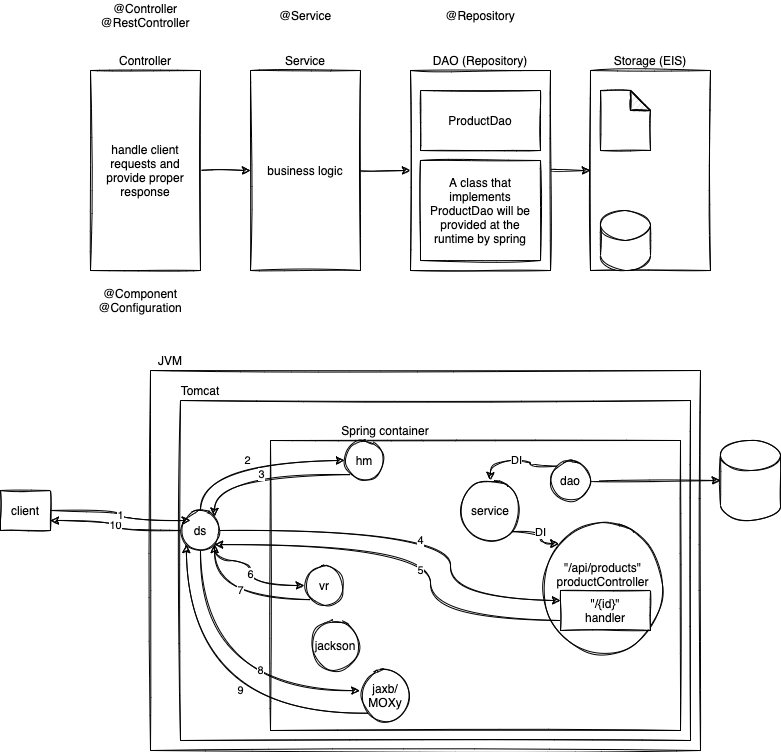
Above: images/concepts14.dio.png in kayartaya-vinod/2021-SEP-TARGET-2 (draw.io), before the change. Source tidied: cells renumbered, new cells last; positions are measured from the earlier drawing's top-left corner, leaving out a move shared by most shapes.
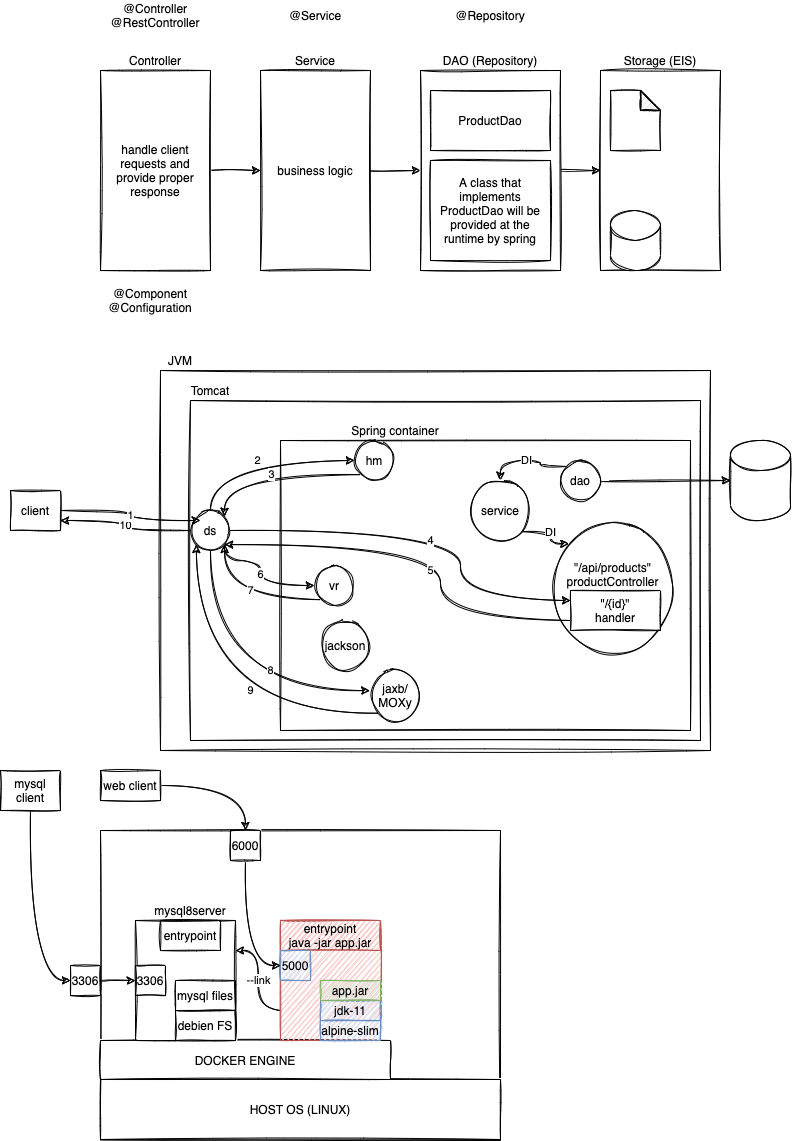
The same file after the commit.

Diff of the diagram source:
```diff
@@ -8,13 +8,13 @@
     <mxCell id="3" value="Storage (EIS)" style="text;html=1;strokeColor=none;fillColor=none;align=center;verticalAlign=middle;whiteSpace=wrap;rounded=0;sketch=1;" parent="1" vertex="1">
       <mxGeometry x="590" y="50" width="120" height="20" as="geometry" />
     </mxCell>
-    <mxCell id="4" style="shape=note;whiteSpace=wrap;html=1;backgroundOutline=1;darkOpacity=0.05;sketch=1;size=20;" parent="1" vertex="1">
+    <mxCell id="4" style="shape=note;whiteSpace=wrap;html=1;backgroundOutline=1;darkOpacity=0.05;size=20;sketch=1;" parent="1" vertex="1">
       <mxGeometry x="600" y="90" width="50" height="60" as="geometry" />
     </mxCell>
     <mxCell id="5" style="shape=cylinder3;whiteSpace=wrap;html=1;boundedLbl=1;backgroundOutline=1;size=15;sketch=1;" parent="1" vertex="1">
       <mxGeometry x="600" y="210" width="50" height="60" as="geometry" />
     </mxCell>
-    <mxCell id="6" style="edgeStyle=orthogonalEdgeStyle;curved=1;rounded=0;sketch=1;jettySize=auto;html=1;exitX=1;exitY=0.5;exitDx=0;exitDy=0;" parent="1" edge="1" source="7" target="2">
+    <mxCell id="6" style="edgeStyle=orthogonalEdgeStyle;rounded=0;jettySize=auto;html=1;exitX=1;exitY=0.5;exitDx=0;exitDy=0;sketch=1;curved=1;" parent="1" edge="1" source="7" target="2">
       <mxGeometry relative="1" as="geometry" />
     </mxCell>
     <mxCell id="7" style="rounded=0;whiteSpace=wrap;html=1;sketch=1;" parent="1" vertex="1">
@@ -29,13 +29,13 @@
     <mxCell id="10" value="A class that implements ProductDao will be provided at the runtime by spring" style="rounded=0;whiteSpace=wrap;html=1;sketch=1;" parent="1" vertex="1">
       <mxGeometry x="420" y="160" width="120" height="100" as="geometry" />
     </mxCell>
-    <mxCell id="11" style="edgeStyle=orthogonalEdgeStyle;curved=1;rounded=0;sketch=1;jettySize=auto;html=1;exitX=1;exitY=0.5;exitDx=0;exitDy=0;" parent="1" edge="1" source="12" target="14">
+    <mxCell id="11" style="edgeStyle=orthogonalEdgeStyle;rounded=0;jettySize=auto;html=1;exitX=1;exitY=0.5;exitDx=0;exitDy=0;sketch=1;curved=1;" parent="1" edge="1" source="12" target="14">
       <mxGeometry relative="1" as="geometry" />
     </mxCell>
     <mxCell id="12" value="handle client requests and provide proper response" style="rounded=0;whiteSpace=wrap;html=1;sketch=1;" parent="1" vertex="1">
       <mxGeometry x="90" y="70" width="110" height="200" as="geometry" />
     </mxCell>
-    <mxCell id="13" style="edgeStyle=orthogonalEdgeStyle;curved=1;rounded=0;sketch=1;jettySize=auto;html=1;exitX=1;exitY=0.5;exitDx=0;exitDy=0;entryX=0;entryY=0.5;entryDx=0;entryDy=0;" parent="1" edge="1" source="14" target="7">
+    <mxCell id="13" style="edgeStyle=orthogonalEdgeStyle;rounded=0;jettySize=auto;html=1;exitX=1;exitY=0.5;exitDx=0;exitDy=0;entryX=0;entryY=0.5;entryDx=0;entryDy=0;sketch=1;curved=1;" parent="1" edge="1" source="14" target="7">
       <mxGeometry relative="1" as="geometry" />
     </mxCell>
     <mxCell id="14" value="business logic" style="rounded=0;whiteSpace=wrap;html=1;sketch=1;" parent="1" vertex="1">
@@ -77,10 +77,10 @@
     <mxCell id="26" value="Spring container" style="text;html=1;strokeColor=none;fillColor=none;align=center;verticalAlign=middle;whiteSpace=wrap;rounded=0;sketch=1;" parent="1" vertex="1">
       <mxGeometry x="340" y="420" width="90" height="20" as="geometry" />
     </mxCell>
-    <mxCell id="27" value="2" style="edgeStyle=orthogonalEdgeStyle;curved=1;rounded=0;sketch=1;jettySize=auto;html=1;exitX=0.5;exitY=0;exitDx=0;exitDy=0;entryX=0;entryY=0.5;entryDx=0;entryDy=0;" parent="1" edge="1" source="31" target="35">
+    <mxCell id="27" value="2" style="edgeStyle=orthogonalEdgeStyle;rounded=0;jettySize=auto;html=1;exitX=0.5;exitY=0;exitDx=0;exitDy=0;entryX=0;entryY=0.5;entryDx=0;entryDy=0;sketch=1;curved=1;" parent="1" edge="1" source="31" target="35">
       <mxGeometry relative="1" as="geometry" />
     </mxCell>
-    <mxCell id="28" value="6" style="edgeStyle=orthogonalEdgeStyle;curved=1;rounded=0;sketch=1;jettySize=auto;html=1;exitX=1;exitY=1;exitDx=0;exitDy=0;entryX=0;entryY=0.5;entryDx=0;entryDy=0;" parent="1" edge="1" source="31" target="47">
+    <mxCell id="28" value="6" style="edgeStyle=orthogonalEdgeStyle;rounded=0;jettySize=auto;html=1;exitX=1;exitY=1;exitDx=0;exitDy=0;entryX=0;entryY=0.5;entryDx=0;entryDy=0;sketch=1;curved=1;" parent="1" edge="1" source="31" target="47">
       <mxGeometry relative="1" as="geometry">
         <Array as="points">
           <mxPoint x="214" y="560" />
@@ -89,16 +89,16 @@
         </Array>
       </mxGeometry>
     </mxCell>
-    <mxCell id="29" value="8" style="edgeStyle=orthogonalEdgeStyle;curved=1;rounded=0;sketch=1;jettySize=auto;html=1;exitX=0.5;exitY=1;exitDx=0;exitDy=0;entryX=-0.015;entryY=0.402;entryDx=0;entryDy=0;entryPerimeter=0;" parent="1" edge="1" source="31" target="50">
+    <mxCell id="29" value="8" style="edgeStyle=orthogonalEdgeStyle;rounded=0;jettySize=auto;html=1;exitX=0.5;exitY=1;exitDx=0;exitDy=0;entryX=-0.015;entryY=0.402;entryDx=0;entryDy=0;entryPerimeter=0;sketch=1;curved=1;" parent="1" edge="1" source="31" target="50">
       <mxGeometry x="0.34" y="20" relative="1" as="geometry" />
     </mxCell>
-    <mxCell id="30" value="10" style="edgeStyle=orthogonalEdgeStyle;curved=1;rounded=0;sketch=1;jettySize=auto;html=1;exitX=0;exitY=0.5;exitDx=0;exitDy=0;entryX=1;entryY=0.75;entryDx=0;entryDy=0;" parent="1" edge="1" source="31" target="33">
+    <mxCell id="30" value="10" style="edgeStyle=orthogonalEdgeStyle;rounded=0;jettySize=auto;html=1;exitX=0;exitY=0.5;exitDx=0;exitDy=0;entryX=1;entryY=0.75;entryDx=0;entryDy=0;sketch=1;curved=1;" parent="1" edge="1" source="31" target="33">
       <mxGeometry relative="1" as="geometry" />
     </mxCell>
     <mxCell id="31" value="ds" style="ellipse;whiteSpace=wrap;html=1;sketch=1;" parent="1" vertex="1">
       <mxGeometry x="180" y="510" width="40" height="40" as="geometry" />
     </mxCell>
-    <mxCell id="32" value="1" style="edgeStyle=orthogonalEdgeStyle;curved=1;rounded=0;sketch=1;jettySize=auto;html=1;exitX=1;exitY=0.5;exitDx=0;exitDy=0;" parent="1" edge="1" source="33">
+    <mxCell id="32" value="1" style="edgeStyle=orthogonalEdgeStyle;rounded=0;jettySize=auto;html=1;exitX=1;exitY=0.5;exitDx=0;exitDy=0;sketch=1;curved=1;" parent="1" edge="1" source="33">
       <mxGeometry relative="1" as="geometry">
         <mxPoint x="190" y="520" as="targetPoint" />
       </mxGeometry>
@@ -106,22 +106,22 @@
     <mxCell id="33" value="client" style="rounded=0;whiteSpace=wrap;html=1;sketch=1;" parent="1" vertex="1">
       <mxGeometry y="490" width="50" height="40" as="geometry" />
     </mxCell>
-    <mxCell id="34" value="3" style="edgeStyle=orthogonalEdgeStyle;curved=1;rounded=0;sketch=1;jettySize=auto;html=1;exitX=0;exitY=1;exitDx=0;exitDy=0;entryX=1;entryY=0;entryDx=0;entryDy=0;" parent="1" edge="1" source="35" target="31">
+    <mxCell id="34" value="3" style="edgeStyle=orthogonalEdgeStyle;rounded=0;jettySize=auto;html=1;exitX=0;exitY=1;exitDx=0;exitDy=0;entryX=1;entryY=0;entryDx=0;entryDy=0;sketch=1;curved=1;" parent="1" edge="1" source="35" target="31">
       <mxGeometry relative="1" as="geometry" />
     </mxCell>
     <mxCell id="35" value="hm" style="ellipse;whiteSpace=wrap;html=1;sketch=1;" parent="1" vertex="1">
       <mxGeometry x="344" y="440" width="40" height="40" as="geometry" />
     </mxCell>
-    <mxCell id="36" style="edgeStyle=orthogonalEdgeStyle;curved=1;rounded=0;sketch=1;jettySize=auto;html=1;exitX=1;exitY=0.5;exitDx=0;exitDy=0;entryX=0;entryY=0.5;entryDx=0;entryDy=0;entryPerimeter=0;" parent="1" edge="1" source="38" target="41">
+    <mxCell id="36" style="edgeStyle=orthogonalEdgeStyle;rounded=0;jettySize=auto;html=1;exitX=1;exitY=0.5;exitDx=0;exitDy=0;entryX=0;entryY=0.5;entryDx=0;entryDy=0;entryPerimeter=0;sketch=1;curved=1;" parent="1" edge="1" source="38" target="41">
       <mxGeometry relative="1" as="geometry" />
     </mxCell>
-    <mxCell id="37" value="DI" style="edgeStyle=orthogonalEdgeStyle;curved=1;rounded=0;sketch=1;jettySize=auto;html=1;exitX=0;exitY=0;exitDx=0;exitDy=0;entryX=0.5;entryY=0;entryDx=0;entryDy=0;" parent="1" edge="1" source="38" target="40">
+    <mxCell id="37" value="DI" style="edgeStyle=orthogonalEdgeStyle;rounded=0;jettySize=auto;html=1;exitX=0;exitY=0;exitDx=0;exitDy=0;entryX=0.5;entryY=0;entryDx=0;entryDy=0;sketch=1;curved=1;" parent="1" edge="1" source="38" target="40">
       <mxGeometry relative="1" as="geometry" />
     </mxCell>
     <mxCell id="38" value="dao" style="ellipse;whiteSpace=wrap;html=1;sketch=1;" parent="1" vertex="1">
       <mxGeometry x="550" y="460" width="40" height="40" as="geometry" />
     </mxCell>
-    <mxCell id="39" value="DI" style="edgeStyle=orthogonalEdgeStyle;curved=1;rounded=0;sketch=1;jettySize=auto;html=1;exitX=1;exitY=1;exitDx=0;exitDy=0;entryX=0;entryY=0;entryDx=0;entryDy=0;" parent="1" edge="1" source="40" target="42">
+    <mxCell id="39" value="DI" style="edgeStyle=orthogonalEdgeStyle;rounded=0;jettySize=auto;html=1;exitX=1;exitY=1;exitDx=0;exitDy=0;entryX=0;entryY=0;entryDx=0;entryDy=0;sketch=1;curved=1;" parent="1" edge="1" source="40" target="42">
       <mxGeometry relative="1" as="geometry" />
     </mxCell>
     <mxCell id="40" value="service" style="ellipse;whiteSpace=wrap;html=1;sketch=1;" parent="1" vertex="1">
@@ -133,7 +133,7 @@
     <mxCell id="42" value="&quot;/api/products&quot;&lt;br&gt;productController&lt;br&gt;&lt;br&gt;&lt;br&gt;" style="ellipse;whiteSpace=wrap;html=1;sketch=1;" parent="1" vertex="1">
       <mxGeometry x="540" y="525" width="125" height="125" as="geometry" />
     </mxCell>
-    <mxCell id="43" value="5" style="edgeStyle=orthogonalEdgeStyle;curved=1;rounded=0;sketch=1;jettySize=auto;html=1;exitX=0;exitY=0.75;exitDx=0;exitDy=0;entryX=1;entryY=1;entryDx=0;entryDy=0;" parent="1" edge="1" source="44" target="31">
+    <mxCell id="43" value="5" style="edgeStyle=orthogonalEdgeStyle;rounded=0;jettySize=auto;html=1;exitX=0;exitY=0.75;exitDx=0;exitDy=0;entryX=1;entryY=1;entryDx=0;entryDy=0;sketch=1;curved=1;" parent="1" edge="1" source="44" target="31">
       <mxGeometry x="-0.15" y="10" relative="1" as="geometry">
         <Array as="points">
           <mxPoint x="430" y="620" />
@@ -144,7 +144,7 @@
     <mxCell id="44" value="&quot;/{id}&quot;&lt;br&gt;handler" style="rounded=0;whiteSpace=wrap;html=1;sketch=1;" parent="1" vertex="1">
       <mxGeometry x="560" y="590" width="90" height="40" as="geometry" />
     </mxCell>
-    <mxCell id="45" value="4" style="edgeStyle=orthogonalEdgeStyle;curved=1;rounded=0;sketch=1;jettySize=auto;html=1;exitX=1;exitY=0.5;exitDx=0;exitDy=0;entryX=0;entryY=0.25;entryDx=0;entryDy=0;" parent="1" edge="1" source="31" target="44">
+    <mxCell id="45" value="4" style="edgeStyle=orthogonalEdgeStyle;rounded=0;jettySize=auto;html=1;exitX=1;exitY=0.5;exitDx=0;exitDy=0;entryX=0;entryY=0.25;entryDx=0;entryDy=0;sketch=1;curved=1;" parent="1" edge="1" source="31" target="44">
       <mxGeometry x="-0.02" y="-10" relative="1" as="geometry">
         <Array as="points">
           <mxPoint x="450" y="530" />
@@ -152,13 +152,13 @@
         </Array>
       </mxGeometry>
     </mxCell>
-    <mxCell id="46" value="7" style="edgeStyle=orthogonalEdgeStyle;curved=1;rounded=0;sketch=1;jettySize=auto;html=1;exitX=0;exitY=1;exitDx=0;exitDy=0;entryX=1;entryY=1;entryDx=0;entryDy=0;" parent="1" edge="1" source="47" target="31">
+    <mxCell id="46" value="7" style="edgeStyle=orthogonalEdgeStyle;rounded=0;jettySize=auto;html=1;exitX=0;exitY=1;exitDx=0;exitDy=0;entryX=1;entryY=1;entryDx=0;entryDy=0;sketch=1;curved=1;" parent="1" edge="1" source="47" target="31">
       <mxGeometry x="-0.07" y="-9" relative="1" as="geometry" />
     </mxCell>
     <mxCell id="47" value="vr" style="ellipse;whiteSpace=wrap;html=1;sketch=1;" parent="1" vertex="1">
       <mxGeometry x="304" y="565" width="40" height="40" as="geometry" />
     </mxCell>
-    <mxCell id="48" value="9" style="edgeStyle=orthogonalEdgeStyle;curved=1;rounded=0;sketch=1;jettySize=auto;html=1;exitX=0;exitY=1;exitDx=0;exitDy=0;entryX=0;entryY=1;entryDx=0;entryDy=0;" parent="1" edge="1" source="50" target="31">
+    <mxCell id="48" value="9" style="edgeStyle=orthogonalEdgeStyle;rounded=0;jettySize=auto;html=1;exitX=0;exitY=1;exitDx=0;exitDy=0;entryX=0;entryY=1;entryDx=0;entryDy=0;sketch=1;curved=1;" parent="1" edge="1" source="50" target="31">
       <mxGeometry x="-0.27" y="-23" relative="1" as="geometry" />
     </mxCell>
     <mxCell id="49" value="jackson" style="ellipse;whiteSpace=wrap;html=1;sketch=1;" parent="1" vertex="1">
@@ -167,5 +167,77 @@
     <mxCell id="50" value="jaxb/&lt;br&gt;MOXy" style="ellipse;whiteSpace=wrap;html=1;sketch=1;" parent="1" vertex="1">
       <mxGeometry x="360" y="670" width="50" height="50" as="geometry" />
     </mxCell>
+    <mxCell id="51" style="rounded=0;whiteSpace=wrap;html=1;sketch=1;" parent="1" vertex="1">
+      <mxGeometry x="90" y="830" width="400" height="310" as="geometry" />
+    </mxCell>
+    <mxCell id="52" value="HOST OS (LINUX)" style="rounded=0;whiteSpace=wrap;html=1;sketch=1;" parent="1" vertex="1">
+      <mxGeometry x="90" y="1079" width="400" height="60" as="geometry" />
+    </mxCell>
+    <mxCell id="53" value="DOCKER ENGINE" style="rounded=0;whiteSpace=wrap;html=1;sketch=1;" parent="1" vertex="1">
+      <mxGeometry x="90" y="1040" width="290" height="39" as="geometry" />
+    </mxCell>
+    <mxCell id="54" style="rounded=0;whiteSpace=wrap;html=1;sketch=1;" parent="1" vertex="1">
+      <mxGeometry x="125" y="920" width="100" height="120" as="geometry" />
+    </mxCell>
+    <mxCell id="55" value="mysql8server" style="text;html=1;strokeColor=none;fillColor=none;align=center;verticalAlign=middle;whiteSpace=wrap;rounded=0;sketch=1;" parent="1" vertex="1">
+      <mxGeometry x="135" y="900" width="90" height="20" as="geometry" />
+    </mxCell>
+    <mxCell id="56" value="debien FS" style="rounded=0;whiteSpace=wrap;html=1;sketch=1;" parent="1" vertex="1">
+      <mxGeometry x="165" y="1010" width="60" height="30" as="geometry" />
+    </mxCell>
+    <mxCell id="57" value="mysql files" style="rounded=0;whiteSpace=wrap;html=1;sketch=1;" parent="1" vertex="1">
+      <mxGeometry x="165" y="980" width="60" height="30" as="geometry" />
+    </mxCell>
+    <mxCell id="58" value="entrypoint" style="rounded=0;whiteSpace=wrap;html=1;sketch=1;" parent="1" vertex="1">
+      <mxGeometry x="150" y="920" width="60" height="30" as="geometry" />
+    </mxCell>
+    <mxCell id="59" value="3306" style="rounded=0;whiteSpace=wrap;html=1;sketch=1;" parent="1" vertex="1">
+      <mxGeometry x="125" y="965" width="30" height="30" as="geometry" />
+    </mxCell>
+    <mxCell id="60" style="edgeStyle=orthogonalEdgeStyle;curved=1;rounded=0;sketch=1;jettySize=auto;html=1;exitX=1;exitY=0.5;exitDx=0;exitDy=0;entryX=0;entryY=0.5;entryDx=0;entryDy=0;" parent="1" edge="1" source="61" target="59">
+      <mxGeometry relative="1" as="geometry" />
+    </mxCell>
+    <mxCell id="61" value="3306" style="rounded=0;whiteSpace=wrap;html=1;sketch=1;" parent="1" vertex="1">
+      <mxGeometry x="60" y="965" width="30" height="30" as="geometry" />
+    </mxCell>
+    <mxCell id="62" style="edgeStyle=orthogonalEdgeStyle;curved=1;rounded=0;sketch=1;jettySize=auto;html=1;exitX=0.5;exitY=1;exitDx=0;exitDy=0;entryX=0;entryY=0.5;entryDx=0;entryDy=0;" parent="1" edge="1" source="63" target="61">
+      <mxGeometry relative="1" as="geometry" />
+    </mxCell>
+    <mxCell id="63" value="mysql client" style="rounded=0;whiteSpace=wrap;html=1;sketch=1;" parent="1" vertex="1">
+      <mxGeometry x="-10" y="770" width="60" height="40" as="geometry" />
+    </mxCell>
+    <mxCell id="64" value="--link" style="edgeStyle=orthogonalEdgeStyle;curved=1;rounded=0;sketch=1;jettySize=auto;html=1;exitX=0;exitY=0.75;exitDx=0;exitDy=0;entryX=1;entryY=0.25;entryDx=0;entryDy=0;" parent="1" edge="1" source="65" target="54">
+      <mxGeometry relative="1" as="geometry" />
+    </mxCell>
+    <mxCell id="65" style="rounded=0;whiteSpace=wrap;html=1;sketch=1;fillColor=#f8cecc;strokeColor=#b85450;" parent="1" vertex="1">
+      <mxGeometry x="270" y="920" width="100" height="120" as="geometry" />
+    </mxCell>
+    <mxCell id="66" value="alpine-slim" style="rounded=0;whiteSpace=wrap;html=1;sketch=1;fillColor=#dae8fc;strokeColor=#6c8ebf;" parent="1" vertex="1">
+      <mxGeometry x="310" y="1020" width="60" height="20" as="geometry" />
+    </mxCell>
+    <mxCell id="67" value="jdk-11" style="rounded=0;whiteSpace=wrap;html=1;sketch=1;fillColor=#dae8fc;strokeColor=#6c8ebf;" parent="1" vertex="1">
+      <mxGeometry x="310" y="1000" width="60" height="20" as="geometry" />
+    </mxCell>
+    <mxCell id="68" value="app.jar" style="rounded=0;whiteSpace=wrap;html=1;sketch=1;fillColor=#d5e8d4;strokeColor=#82b366;" parent="1" vertex="1">
+      <mxGeometry x="310" y="980" width="60" height="20" as="geometry" />
+    </mxCell>
+    <mxCell id="69" value="entrypoint&lt;br&gt;java -jar app.jar" style="rounded=0;whiteSpace=wrap;html=1;sketch=1;fillColor=#f8cecc;strokeColor=#b85450;" parent="1" vertex="1">
+      <mxGeometry x="270" y="920" width="100" height="30" as="geometry" />
+    </mxCell>
+    <mxCell id="70" value="5000" style="rounded=0;whiteSpace=wrap;html=1;sketch=1;fillColor=#dae8fc;strokeColor=#6c8ebf;" parent="1" vertex="1">
+      <mxGeometry x="270" y="950" width="30" height="30" as="geometry" />
+    </mxCell>
+    <mxCell id="71" style="edgeStyle=orthogonalEdgeStyle;curved=1;rounded=0;sketch=1;jettySize=auto;html=1;exitX=1;exitY=0.5;exitDx=0;exitDy=0;entryX=0.5;entryY=0;entryDx=0;entryDy=0;" parent="1" edge="1" source="72" target="74">
+      <mxGeometry relative="1" as="geometry" />
+    </mxCell>
+    <mxCell id="72" value="web client" style="rounded=0;whiteSpace=wrap;html=1;sketch=1;" parent="1" vertex="1">
+      <mxGeometry x="90" y="770" width="60" height="30" as="geometry" />
+    </mxCell>
+    <mxCell id="73" style="edgeStyle=orthogonalEdgeStyle;curved=1;rounded=0;sketch=1;jettySize=auto;html=1;exitX=0.5;exitY=1;exitDx=0;exitDy=0;entryX=0;entryY=0.5;entryDx=0;entryDy=0;" parent="1" edge="1" source="74" target="70">
+      <mxGeometry relative="1" as="geometry" />
+    </mxCell>
+    <mxCell id="74" value="6000" style="rounded=0;whiteSpace=wrap;html=1;sketch=1;" parent="1" vertex="1">
+      <mxGeometry x="220" y="830" width="30" height="30" as="geometry" />
+    </mxCell>
   </root>
 </mxGraphModel>
```
